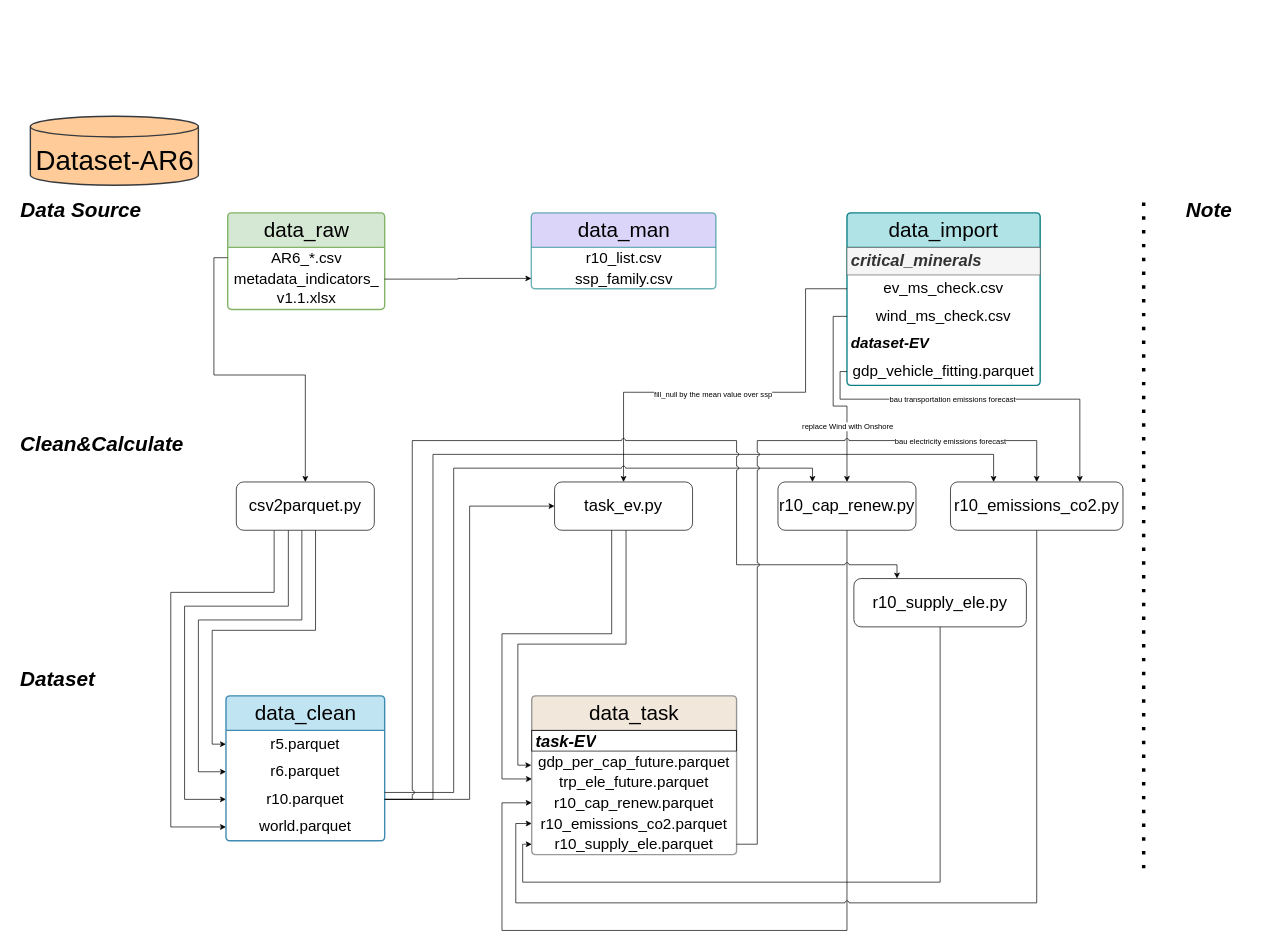
Earlier version of the draw.io diagram structure.drawio (jenchen95/dataset-ar6). Source tidied: cells renumbered, new cells numbered last; positions are measured from the earlier drawing's top-left corner, leaving out a move shared by most shapes. Both pictures are drawn from the tidied source at 69%, with x=0, y=0 at pixel (12, 116).
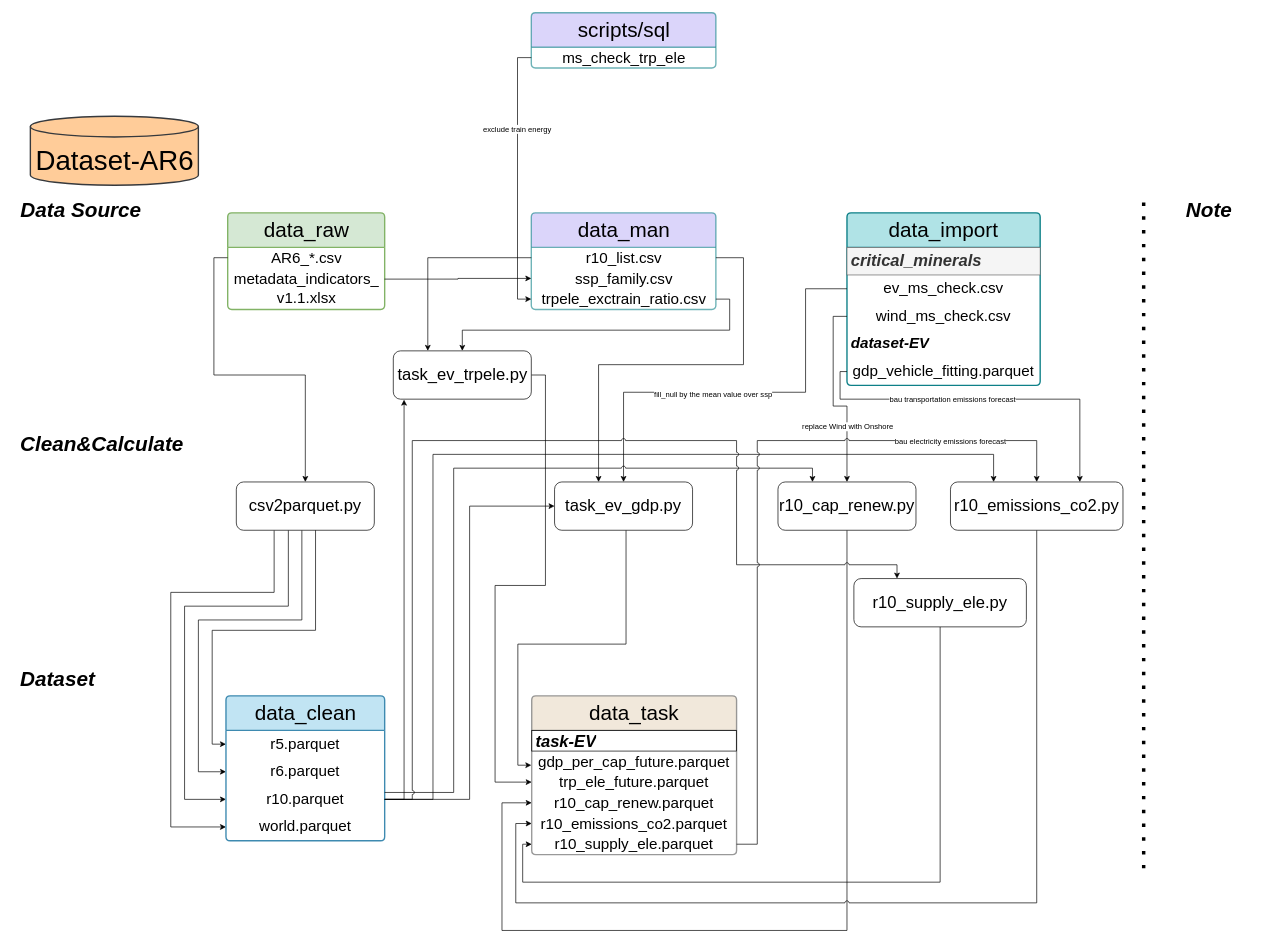
Above is the later version.

Unchanged cells that the change refers to:
```xml
<mxCell id="19" value="&lt;font style=&quot;font-size: 22px;&quot;&gt;r10_list.csv&lt;/font&gt;" style="text;strokeColor=none;fillColor=none;align=center;verticalAlign=middle;spacingLeft=4;spacingRight=4;overflow=hidden;points=[[0,0.5],[1,0.5]];portConstraint=eastwest;whiteSpace=wrap;html=1;" parent="18" vertex="1">
  <mxGeometry y="50" width="267.5" height="30" as="geometry" />
</mxCell>
<mxCell id="30" value="&lt;span style=&quot;font-size: 22px;&quot;&gt;trp_ele_future.parquet&lt;/span&gt;" style="text;strokeColor=none;fillColor=none;align=center;verticalAlign=middle;spacingLeft=4;spacingRight=4;overflow=hidden;points=[[0,0.5],[1,0.5]];portConstraint=eastwest;whiteSpace=wrap;html=1;" parent="27" vertex="1">
  <mxGeometry y="110" width="296.9" height="30" as="geometry" />
</mxCell>
<mxCell id="40" value="r10.parquet" style="text;strokeColor=none;fillColor=none;align=center;verticalAlign=top;spacingLeft=4;spacingRight=4;overflow=hidden;points=[[0,0.5],[1,0.5]];portConstraint=eastwest;whiteSpace=wrap;html=1;fontSize=22;" parent="37" vertex="1">
  <mxGeometry y="130" width="230" height="40" as="geometry" />
</mxCell>
```

What changed in the source:
```diff
@@
-    <mxCell id="11" style="edgeStyle=orthogonalEdgeStyle;rounded=0;jettySize=auto;html=1;exitX=0.414;exitY=0.988;exitDx=0;exitDy=0;entryX=0.001;entryY=0.348;entryDx=0;entryDy=0;fontFamily=Helvetica;fontSize=12;fontColor=default;fontStyle=0;exitPerimeter=0;entryPerimeter=0;" parent="1" edge="1" source="12" target="30">
-      <mxGeometry relative="1" as="geometry">
-        <Array as="points">
-          <mxPoint x="869" y="750" />
-          <mxPoint x="710" y="750" />
-          <mxPoint x="710" y="960" />
-          <mxPoint x="753" y="960" />
-        </Array>
-      </mxGeometry>
-    </mxCell>
-    <mxCell id="12" value="&lt;font style=&quot;font-size: 24px;&quot;&gt;task_ev.py&lt;/font&gt;" style="rounded=1;whiteSpace=wrap;html=1;" parent="1" vertex="1">
+    <mxCell id="12" value="&lt;font style=&quot;font-size: 24px;&quot;&gt;task_ev_gdp.py&lt;/font&gt;" style="rounded=1;whiteSpace=wrap;html=1;" parent="1" vertex="1">
       <mxGeometry x="786.2" y="530" width="200" height="70" as="geometry" />
     </mxCell>
@@
     <mxCell id="18" value="&lt;span style=&quot;font-size: 30px;&quot;&gt;data_man&lt;/span&gt;" style="swimlane;fontStyle=0;horizontal=1;startSize=50;whiteSpace=wrap;html=1;fillColor=#C4B9F7;strokeColor=#0e8088;rounded=1;align=center;fillStyle=auto;opacity=60;arcSize=4;strokeWidth=2;" parent="1" vertex="1">
-      <mxGeometry x="752.5" y="140" width="267.5" height="110" as="geometry" />
+      <mxGeometry x="752.5" y="140" width="267.5" height="140" as="geometry" />
     </mxCell>
@@
+    <mxCell id="61" value="&lt;span style=&quot;font-size: 22px;&quot;&gt;trpele_exctrain_ratio.csv&lt;/span&gt;" style="text;strokeColor=none;fillColor=none;align=center;verticalAlign=middle;spacingLeft=4;spacingRight=4;overflow=hidden;points=[[0,0.5],[1,0.5]];portConstraint=eastwest;whiteSpace=wrap;html=1;" parent="18" vertex="1">
+      <mxGeometry y="110" width="267.5" height="30" as="geometry" />
+    </mxCell>
@@
+    <mxCell id="62" value="&lt;span style=&quot;font-size: 30px;&quot;&gt;scripts/sql&lt;/span&gt;" style="swimlane;fontStyle=0;horizontal=1;startSize=50;whiteSpace=wrap;html=1;fillColor=#C4B9F7;strokeColor=#0e8088;rounded=1;align=center;fillStyle=auto;opacity=60;arcSize=4;strokeWidth=2;" parent="1" vertex="1">
+      <mxGeometry x="752.5" y="-150" width="267.5" height="80" as="geometry" />
+    </mxCell>
+    <mxCell id="63" value="&lt;font style=&quot;font-size: 22px;&quot;&gt;ms_check_trp_ele&lt;/font&gt;" style="text;strokeColor=none;fillColor=none;align=center;verticalAlign=middle;spacingLeft=4;spacingRight=4;overflow=hidden;points=[[0,0.5],[1,0.5]];portConstraint=eastwest;whiteSpace=wrap;html=1;" parent="62" vertex="1">
+      <mxGeometry y="50" width="267.5" height="30" as="geometry" />
+    </mxCell>
+    <mxCell id="64" style="edgeStyle=orthogonalEdgeStyle;rounded=0;jettySize=auto;html=1;exitX=0;exitY=0.5;exitDx=0;exitDy=0;entryX=0;entryY=0.5;entryDx=0;entryDy=0;" parent="1" edge="1" source="63" target="61">
+      <mxGeometry relative="1" as="geometry" />
+    </mxCell>
+    <mxCell id="65" value="exclude train energy" style="edgeLabel;html=1;align=center;verticalAlign=middle;" parent="64" vertex="1">
+      <mxGeometry x="-0.37" y="-1" relative="1" as="geometry" />
+    </mxCell>
+    <mxCell id="66" style="edgeStyle=orthogonalEdgeStyle;rounded=0;jettySize=auto;html=1;exitX=1;exitY=0.5;exitDx=0;exitDy=0;entryX=0;entryY=0.5;entryDx=0;entryDy=0;" parent="1" edge="1" source="67" target="30">
+      <mxGeometry relative="1" as="geometry">
+        <Array as="points">
+          <mxPoint x="773" y="375" />
+          <mxPoint x="773" y="680" />
+          <mxPoint x="700" y="680" />
+          <mxPoint x="700" y="965" />
+        </Array>
+      </mxGeometry>
+    </mxCell>
+    <mxCell id="67" value="&lt;font style=&quot;font-size: 24px;&quot;&gt;task_ev_trpele.py&lt;/font&gt;" style="rounded=1;whiteSpace=wrap;html=1;" parent="1" vertex="1">
+      <mxGeometry x="552.5" y="340" width="200" height="70" as="geometry" />
+    </mxCell>
+    <mxCell id="68" style="edgeStyle=orthogonalEdgeStyle;rounded=0;jettySize=auto;html=1;exitX=1;exitY=0.5;exitDx=0;exitDy=0;entryX=0.5;entryY=0;entryDx=0;entryDy=0;" parent="1" edge="1" source="61" target="67">
+      <mxGeometry relative="1" as="geometry" />
+    </mxCell>
+    <mxCell id="69" style="edgeStyle=orthogonalEdgeStyle;rounded=0;jettySize=auto;html=1;exitX=1;exitY=0.5;exitDx=0;exitDy=0;" parent="1" edge="1" source="19">
+      <mxGeometry relative="1" as="geometry">
+        <mxPoint x="850" y="530" as="targetPoint" />
+        <Array as="points">
+          <mxPoint x="1060" y="205" />
+          <mxPoint x="1060" y="360" />
+          <mxPoint x="850" y="360" />
+        </Array>
+      </mxGeometry>
+    </mxCell>
+    <mxCell id="70" style="edgeStyle=orthogonalEdgeStyle;rounded=0;jettySize=auto;html=1;exitX=0;exitY=0.5;exitDx=0;exitDy=0;entryX=0.25;entryY=0;entryDx=0;entryDy=0;" parent="1" edge="1" source="19" target="67">
+      <mxGeometry relative="1" as="geometry" />
+    </mxCell>
+    <mxCell id="71" style="edgeStyle=orthogonalEdgeStyle;rounded=0;jettySize=auto;html=1;exitX=1;exitY=0.5;exitDx=0;exitDy=0;entryX=0.078;entryY=1.01;entryDx=0;entryDy=0;entryPerimeter=0;" parent="1" edge="1" source="40" target="67">
+      <mxGeometry relative="1" as="geometry" />
+    </mxCell>
```
